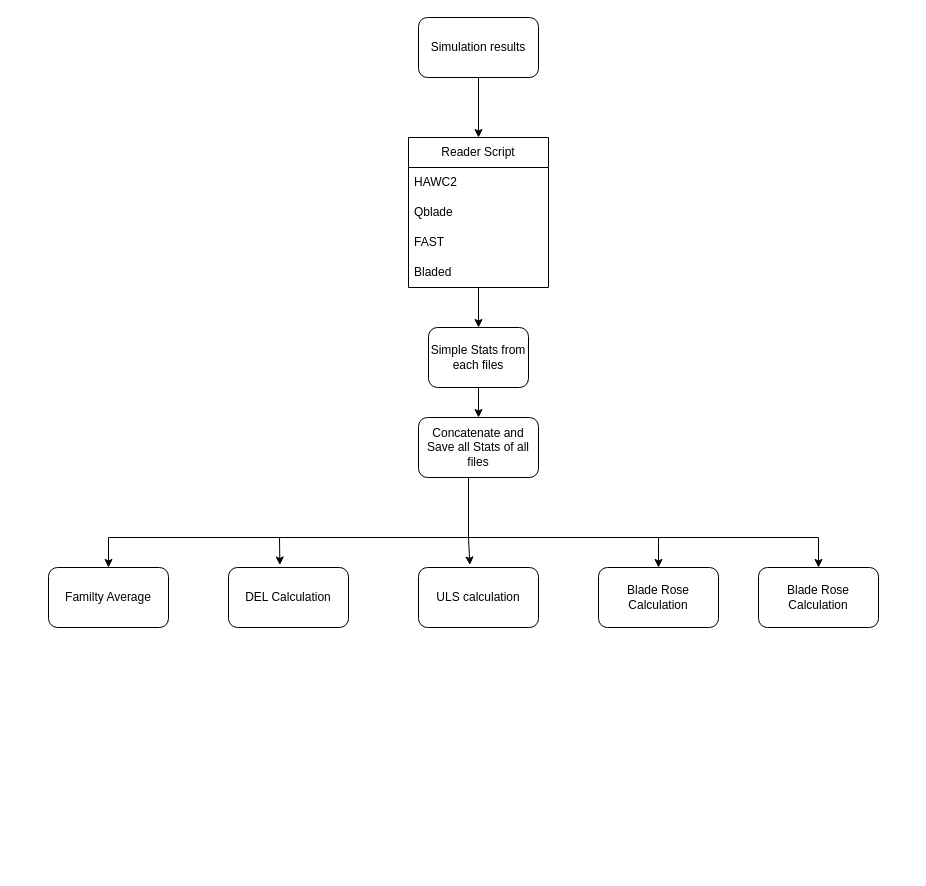
arash7444/load-arena keeps this draw.io diagram as docs/Load_Arena.drawio. Above is the earlier version. Source tidied: cells renumbered, new cells numbered last; positions are measured from the earlier drawing's top-left corner, leaving out a move shared by most shapes. Both pictures are drawn from the tidied source at 100%, with x=0, y=0 at pixel (48, 17).
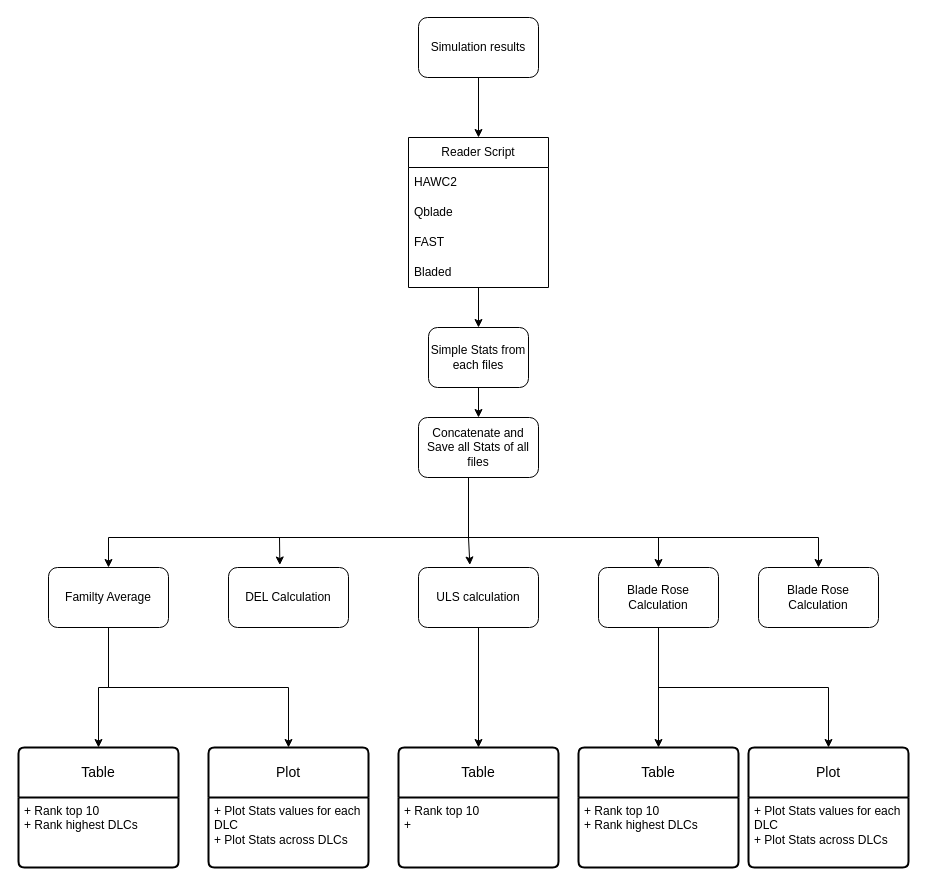
The same diagram, later.

The change refers to these unchanged cells:
```xml
<mxCell id="16" value="Familty Average" style="rounded=1;whiteSpace=wrap;html=1;" parent="1" vertex="1">
  <mxGeometry y="550" width="120" height="60" as="geometry" />
</mxCell>
<mxCell id="19" value="ULS calculation" style="rounded=1;whiteSpace=wrap;html=1;" parent="1" vertex="1">
  <mxGeometry x="370" y="550" width="120" height="60" as="geometry" />
</mxCell>
<mxCell id="21" value="Blade Rose Calculation" style="rounded=1;whiteSpace=wrap;html=1;" parent="1" vertex="1">
  <mxGeometry x="550" y="550" width="120" height="60" as="geometry" />
</mxCell>
```

What changed in the source:
```diff
@@
+    <mxCell id="23" style="edgeStyle=orthogonalEdgeStyle;rounded=0;jettySize=auto;html=1;exitX=0.5;exitY=1;exitDx=0;exitDy=0;" parent="1" edge="1" source="16" target="32">
+      <mxGeometry relative="1" as="geometry" />
+    </mxCell>
+    <mxCell id="24" style="edgeStyle=orthogonalEdgeStyle;rounded=0;jettySize=auto;html=1;exitX=0.5;exitY=1;exitDx=0;exitDy=0;" parent="1" edge="1" source="16" target="28">
+      <mxGeometry relative="1" as="geometry" />
+    </mxCell>
@@
+    <mxCell id="25" style="edgeStyle=orthogonalEdgeStyle;rounded=0;jettySize=auto;html=1;endArrow=classic;endFill=1;entryX=0.5;entryY=0;entryDx=0;entryDy=0;" parent="1" edge="1" source="19" target="30">
+      <mxGeometry relative="1" as="geometry" />
+    </mxCell>
@@
+    <mxCell id="26" style="edgeStyle=orthogonalEdgeStyle;rounded=0;jettySize=auto;html=1;exitX=0.5;exitY=1;exitDx=0;exitDy=0;entryX=0.5;entryY=0;entryDx=0;entryDy=0;" parent="1" edge="1" source="21" target="34">
+      <mxGeometry relative="1" as="geometry" />
+    </mxCell>
+    <mxCell id="27" style="edgeStyle=orthogonalEdgeStyle;rounded=0;jettySize=auto;html=1;exitX=0.5;exitY=1;exitDx=0;exitDy=0;" parent="1" edge="1" source="21" target="36">
+      <mxGeometry relative="1" as="geometry" />
+    </mxCell>
@@
+    <mxCell id="28" value="Table" style="swimlane;horizontal=1;startSize=50;rounded=1;fontSize=14;fontStyle=0;strokeWidth=2;shadow=0;dashed=0;align=center;arcSize=4;whiteSpace=wrap;html=1;" parent="1" vertex="1">
+      <mxGeometry x="-30" y="730" width="160" height="120" as="geometry" />
+    </mxCell>
+    <mxCell id="29" value="+ Rank top 10&lt;div&gt;+ Rank highest DLCs&lt;/div&gt;" style="align=left;strokeColor=none;fillColor=none;spacingLeft=4;spacingRight=4;fontSize=12;verticalAlign=top;html=1;whiteSpace=wrap;" parent="28" vertex="1">
+      <mxGeometry y="50" width="160" height="70" as="geometry" />
+    </mxCell>
+    <mxCell id="30" value="Table" style="swimlane;horizontal=1;startSize=50;rounded=1;fontSize=14;fontStyle=0;strokeWidth=2;shadow=0;dashed=0;align=center;arcSize=4;whiteSpace=wrap;html=1;" parent="1" vertex="1">
+      <mxGeometry x="350" y="730" width="160" height="120" as="geometry" />
+    </mxCell>
+    <mxCell id="31" value="+ Rank top 10&lt;div&gt;+&lt;/div&gt;" style="align=left;strokeColor=none;fillColor=none;spacingLeft=4;spacingRight=4;fontSize=12;verticalAlign=top;html=1;whiteSpace=wrap;" parent="30" vertex="1">
+      <mxGeometry y="50" width="160" height="70" as="geometry" />
+    </mxCell>
+    <mxCell id="32" value="Plot" style="swimlane;horizontal=1;startSize=50;rounded=1;fontSize=14;fontStyle=0;strokeWidth=2;shadow=0;dashed=0;align=center;arcSize=4;whiteSpace=wrap;html=1;" parent="1" vertex="1">
+      <mxGeometry x="160" y="730" width="160" height="120" as="geometry" />
+    </mxCell>
+    <mxCell id="33" value="+ Plot Stats values for each DLC&lt;div&gt;+ Plot Stats across DLCs&lt;/div&gt;&lt;div&gt;&lt;br&gt;&lt;/div&gt;" style="align=left;strokeColor=none;fillColor=none;spacingLeft=4;spacingRight=4;fontSize=12;verticalAlign=top;html=1;whiteSpace=wrap;" parent="32" vertex="1">
+      <mxGeometry y="50" width="160" height="70" as="geometry" />
+    </mxCell>
+    <mxCell id="34" value="Table" style="swimlane;horizontal=1;startSize=50;rounded=1;fontSize=14;fontStyle=0;strokeWidth=2;shadow=0;dashed=0;align=center;arcSize=4;whiteSpace=wrap;html=1;" parent="1" vertex="1">
+      <mxGeometry x="530" y="730" width="160" height="120" as="geometry" />
+    </mxCell>
+    <mxCell id="35" value="+ Rank top 10&lt;div&gt;+ Rank highest DLCs&lt;/div&gt;" style="align=left;strokeColor=none;fillColor=none;spacingLeft=4;spacingRight=4;fontSize=12;verticalAlign=top;html=1;whiteSpace=wrap;" parent="34" vertex="1">
+      <mxGeometry y="50" width="160" height="70" as="geometry" />
+    </mxCell>
+    <mxCell id="36" value="Plot" style="swimlane;horizontal=1;startSize=50;rounded=1;fontSize=14;fontStyle=0;strokeWidth=2;shadow=0;dashed=0;align=center;arcSize=4;whiteSpace=wrap;html=1;" parent="1" vertex="1">
+      <mxGeometry x="700" y="730" width="160" height="120" as="geometry" />
+    </mxCell>
+    <mxCell id="37" value="+ Plot Stats values for each DLC&lt;div&gt;+ Plot Stats across DLCs&lt;/div&gt;&lt;div&gt;&lt;br&gt;&lt;/div&gt;" style="align=left;strokeColor=none;fillColor=none;spacingLeft=4;spacingRight=4;fontSize=12;verticalAlign=top;html=1;whiteSpace=wrap;" parent="36" vertex="1">
+      <mxGeometry y="50" width="160" height="70" as="geometry" />
+    </mxCell>
```
